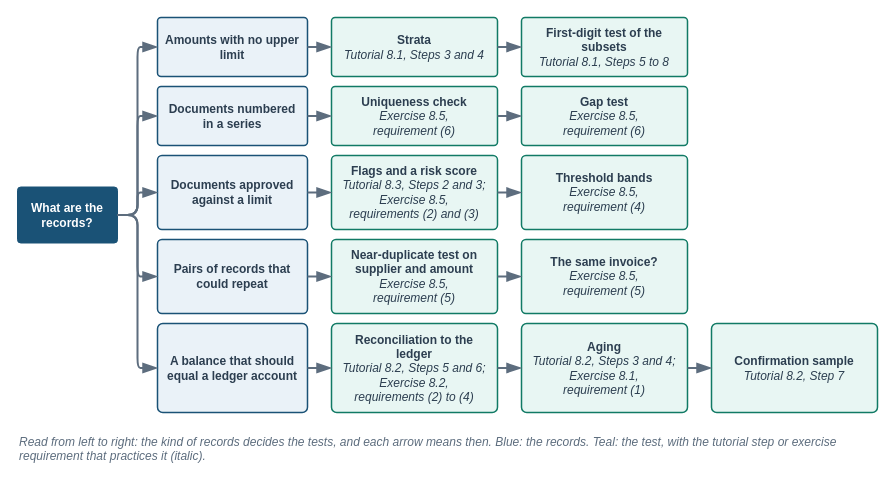
The draw.io diagram facts/instructor/figures/chapter-08-audit-analytics/IF-08-0-B.drawio in mmcodesso/Accounting_Analytics_Book, before the edit. Source tidied: cells renumbered, new cells numbered last; positions are measured from the earlier drawing's top-left corner, leaving out a move shared by most shapes. Both pictures are drawn from the tidied source at 100%, with x=0, y=0 at pixel (17, 17).
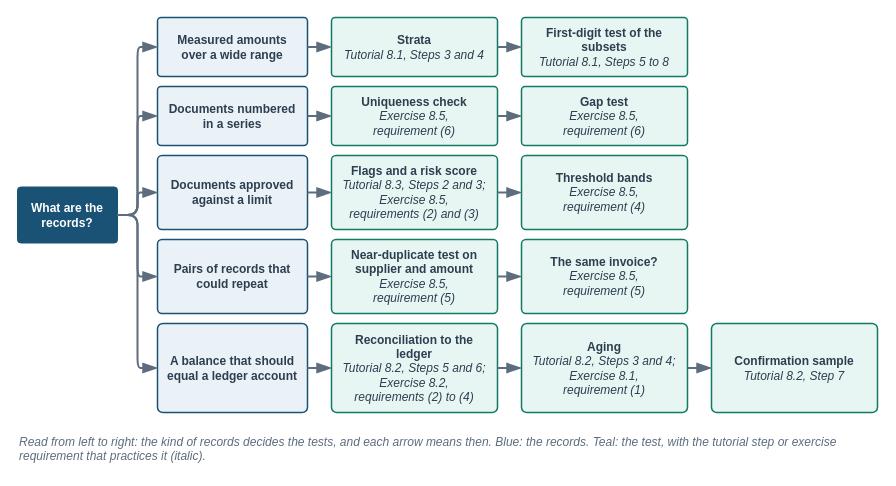
The same diagram, later.

The edit, as a diff of the source:
```diff
@@
-    <mxCell id="4" value="&lt;b&gt;Amounts with no upper limit&lt;/b&gt;" style="rounded=1;arcSize=6;whiteSpace=wrap;html=1;fillColor=#EAF2F8;strokeColor=#1A5276;strokeWidth=1.5;fontColor=#2C3E50;fontSize=12;fontStyle=0;align=center;verticalAlign=middle;fontFamily=Helvetica;spacingLeft=6;spacingRight=6;" parent="1" vertex="1">
+    <mxCell id="4" value="&lt;b&gt;Measured amounts over a wide range&lt;/b&gt;" style="rounded=1;arcSize=6;whiteSpace=wrap;html=1;fillColor=#EAF2F8;strokeColor=#1A5276;strokeWidth=1.5;fontColor=#2C3E50;fontSize=12;fontStyle=0;align=center;verticalAlign=middle;fontFamily=Helvetica;spacingLeft=6;spacingRight=6;" parent="1" vertex="1">
       <mxGeometry x="140" width="150" height="59" as="geometry" />
     </mxCell>
```
